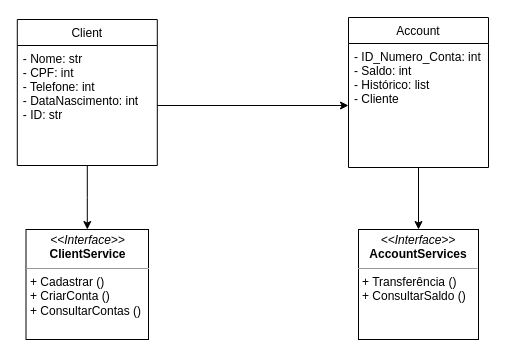
spgomes/banco_digital_flask keeps this draw.io diagram as documents/Banco_Digital_Entidades.drawio. Above is the earlier version. Source tidied: cells renumbered, new cells numbered last; positions are measured from the earlier drawing's top-left corner, leaving out a move shared by most shapes. Both pictures are drawn from the tidied source at 100%, with x=0, y=0 at pixel (17, 17).
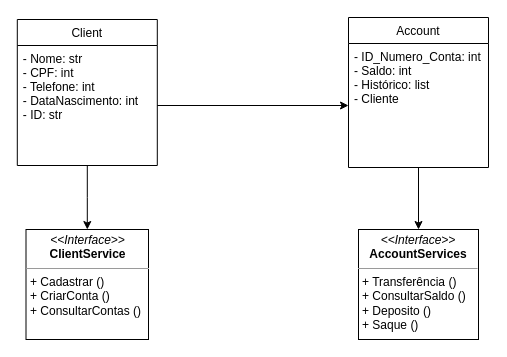
The same diagram, later.

The edit, as a diff of the source:
```diff
@@
 <mxGraphModel>
   <root>
     <mxCell id="0" />
     <mxCell id="1" parent="0" />
     <mxCell id="2" style="edgeStyle=orthogonalEdgeStyle;rounded=0;jettySize=auto;html=1;" parent="1" edge="1" source="3" target="8">
       <mxGeometry relative="1" as="geometry" />
     </mxCell>
     <mxCell id="3" value="Client" style="swimlane;fontStyle=0;horizontal=1;startSize=26;fillColor=none;" parent="1" vertex="1">
       <mxGeometry x="-0.2" y="2" width="140" height="146" as="geometry" />
     </mxCell>
     <mxCell id="4" value="- Nome: str&#10;- CPF: int&#10;- Telefone: int&#10;- DataNascimento: int&#10;- ID: str" style="text;strokeColor=none;fillColor=none;align=left;verticalAlign=top;spacingLeft=4;spacingRight=4;overflow=hidden;points=[[0,0.5],[1,0.5]];portConstraint=eastwest;" parent="3" vertex="1">
       <mxGeometry y="26" width="140" height="120" as="geometry" />
     </mxCell>
     <mxCell id="5" style="edgeStyle=orthogonalEdgeStyle;rounded=0;jettySize=auto;html=1;" parent="1" edge="1" source="6" target="9">
       <mxGeometry relative="1" as="geometry" />
     </mxCell>
     <mxCell id="6" value="Account" style="swimlane;fontStyle=0;horizontal=1;startSize=26;fillColor=none;" parent="1" vertex="1">
       <mxGeometry x="331" width="140" height="150" as="geometry" />
     </mxCell>
     <mxCell id="7" value="- ID_Numero_Conta: int&#10;- Saldo: int&#10;- Histórico: list&#10;- Cliente&#10;" style="text;strokeColor=none;fillColor=none;align=left;verticalAlign=top;spacingLeft=4;spacingRight=4;overflow=hidden;points=[[0,0.5],[1,0.5]];portConstraint=eastwest;" parent="6" vertex="1">
       <mxGeometry y="26" width="140" height="124" as="geometry" />
     </mxCell>
     <mxCell id="8" value="&lt;p style=&quot;margin:0px;margin-top:4px;text-align:center;&quot;&gt;&lt;i&gt;&amp;lt;&amp;lt;Interface&amp;gt;&amp;gt;&lt;/i&gt;&lt;br&gt;&lt;b&gt;ClientService&lt;/b&gt;&lt;/p&gt;&lt;hr size=&quot;1&quot;&gt;&lt;p style=&quot;margin:0px;margin-left:4px;&quot;&gt;&lt;/p&gt;&lt;p style=&quot;margin:0px;margin-left:4px;&quot;&gt;+ Cadastrar ()&lt;/p&gt;&lt;p style=&quot;margin:0px;margin-left:4px;&quot;&gt;+ CriarConta ()&lt;/p&gt;&lt;p style=&quot;margin:0px;margin-left:4px;&quot;&gt;+ ConsultarContas ()&lt;/p&gt;&lt;p style=&quot;margin:0px;margin-left:4px;&quot;&gt;&lt;br&gt;&lt;/p&gt;" style="verticalAlign=top;align=left;overflow=fill;fontSize=12;fontFamily=Helvetica;html=1;" parent="1" vertex="1">
       <mxGeometry x="8.5" y="212" width="122.5" height="110" as="geometry" />
     </mxCell>
-    <mxCell id="9" value="&lt;p style=&quot;margin:0px;margin-top:4px;text-align:center;&quot;&gt;&lt;i&gt;&amp;lt;&amp;lt;Interface&amp;gt;&amp;gt;&lt;/i&gt;&lt;br&gt;&lt;b&gt;AccountServices&lt;/b&gt;&lt;/p&gt;&lt;hr size=&quot;1&quot;&gt;&lt;p style=&quot;margin:0px;margin-left:4px;&quot;&gt;+ Transferência ()&lt;br&gt;&lt;/p&gt;&lt;p style=&quot;margin:0px;margin-left:4px;&quot;&gt;+ ConsultarSaldo ()&lt;/p&gt;&lt;p style=&quot;margin:0px;margin-left:4px;&quot;&gt;&lt;br&gt;&lt;/p&gt;" style="verticalAlign=top;align=left;overflow=fill;fontSize=12;fontFamily=Helvetica;html=1;" parent="1" vertex="1">
+    <mxCell id="9" value="&lt;p style=&quot;margin: 0px ; margin-top: 4px ; text-align: center&quot;&gt;&lt;i&gt;&amp;lt;&amp;lt;Interface&amp;gt;&amp;gt;&lt;/i&gt;&lt;br&gt;&lt;b&gt;AccountServices&lt;/b&gt;&lt;/p&gt;&lt;hr size=&quot;1&quot;&gt;&lt;p style=&quot;margin: 0px ; margin-left: 4px&quot;&gt;+ Transferência ()&lt;br&gt;&lt;/p&gt;&lt;p style=&quot;margin: 0px ; margin-left: 4px&quot;&gt;+ ConsultarSaldo ()&lt;/p&gt;&lt;p style=&quot;margin: 0px ; margin-left: 4px&quot;&gt;+ Deposito ()&lt;/p&gt;&lt;p style=&quot;margin: 0px ; margin-left: 4px&quot;&gt;+ Saque ()&lt;/p&gt;" style="verticalAlign=top;align=left;overflow=fill;fontSize=12;fontFamily=Helvetica;html=1;" parent="1" vertex="1">
       <mxGeometry x="341" y="212" width="120" height="110" as="geometry" />
     </mxCell>
     <mxCell id="10" style="edgeStyle=orthogonalEdgeStyle;rounded=0;jettySize=auto;html=1;entryX=0;entryY=0.5;entryDx=0;entryDy=0;" parent="1" edge="1" source="4" target="7">
       <mxGeometry relative="1" as="geometry" />
     </mxCell>
   </root>
 </mxGraphModel>
```
